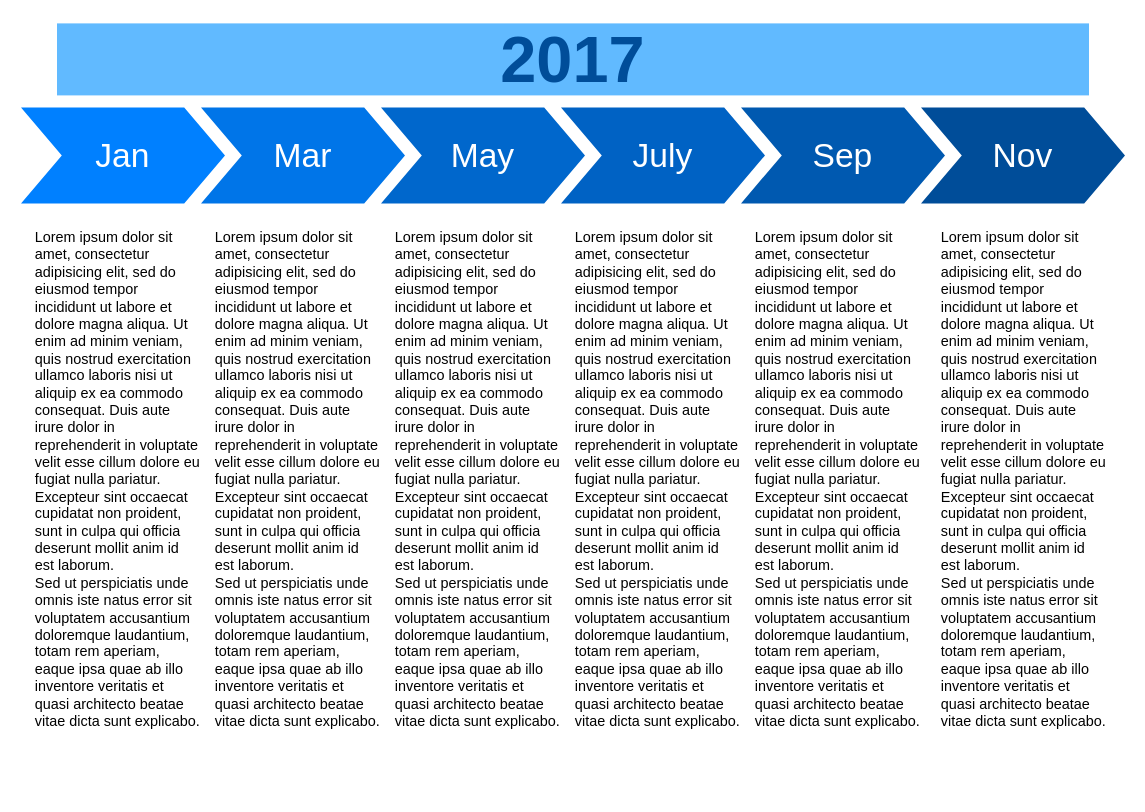
The draw.io diagram Untitled Diagram.drawio in aliihsanunesi/aliihsanunesi, before the edit. Source tidied: cells renumbered, new cells numbered last; positions are measured from the earlier drawing's top-left corner, leaving out a move shared by most shapes. Both pictures are drawn from the tidied source at 120%, with x=0, y=0 at pixel (20, 23).
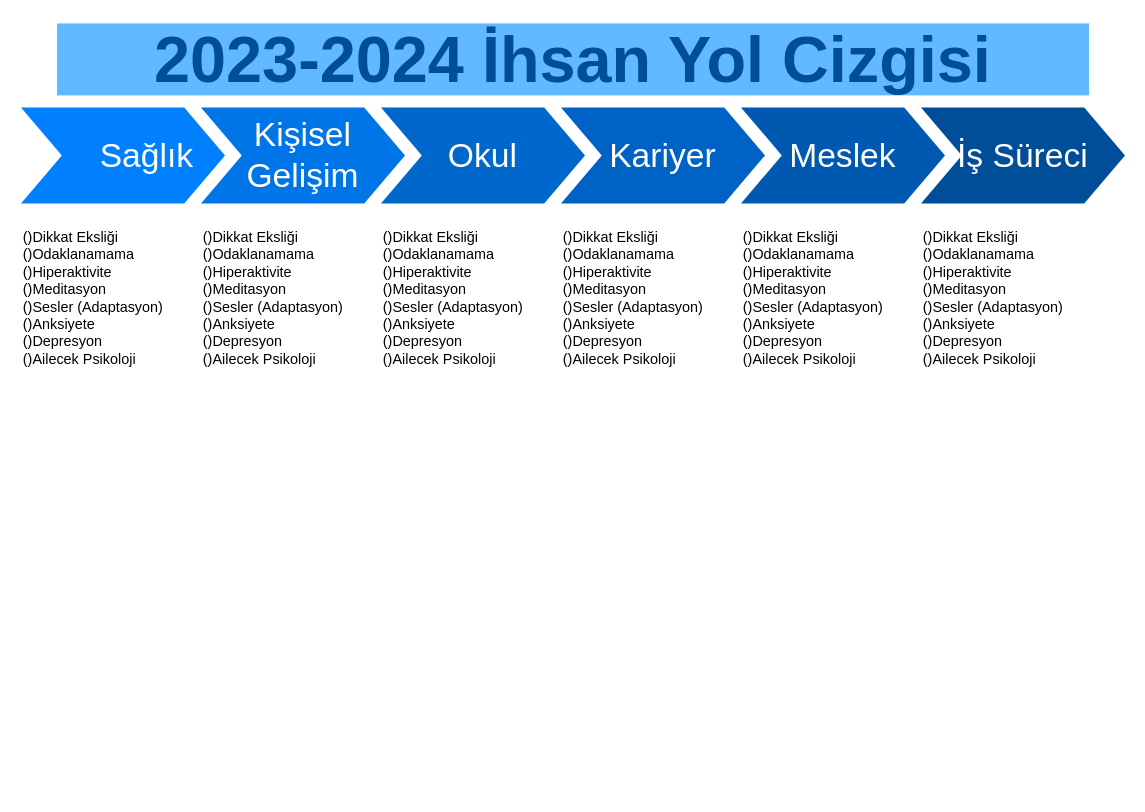
The same diagram, later.

Diff of the diagram source:
```diff
@@
 <mxGraphModel>
   <root>
     <mxCell id="0" />
     <mxCell id="1" parent="0" />
-    <mxCell id="2" value="Jan" style="shape=step;whiteSpace=wrap;html=1;fontSize=28;fillColor=#0080FF;fontColor=#FFFFFF;strokeColor=none;" parent="1" vertex="1">
+    <mxCell id="2" value="&lt;blockquote style=&quot;margin: 0 0 0 40px; border: none; padding: 0px;&quot;&gt;Sağlık&lt;/blockquote&gt;" style="shape=step;whiteSpace=wrap;html=1;fontSize=28;fillColor=#0080FF;fontColor=#FFFFFF;strokeColor=none;" parent="1" vertex="1">
       <mxGeometry y="70" width="170" height="80" as="geometry" />
     </mxCell>
-    <mxCell id="3" value="Mar" style="shape=step;whiteSpace=wrap;html=1;fontSize=28;fillColor=#0075E8;fontColor=#FFFFFF;strokeColor=none;" parent="1" vertex="1">
+    <mxCell id="3" value="Kişisel Gelişim" style="shape=step;whiteSpace=wrap;html=1;fontSize=28;fillColor=#0075E8;fontColor=#FFFFFF;strokeColor=none;" parent="1" vertex="1">
       <mxGeometry x="150" y="70" width="170" height="80" as="geometry" />
     </mxCell>
-    <mxCell id="4" value="May" style="shape=step;whiteSpace=wrap;html=1;fontSize=28;fillColor=#0067CC;fontColor=#FFFFFF;strokeColor=none;" parent="1" vertex="1">
+    <mxCell id="4" value="Okul" style="shape=step;whiteSpace=wrap;html=1;fontSize=28;fillColor=#0067CC;fontColor=#FFFFFF;strokeColor=none;" parent="1" vertex="1">
       <mxGeometry x="300" y="70" width="170" height="80" as="geometry" />
     </mxCell>
-    <mxCell id="5" value="July" style="shape=step;whiteSpace=wrap;html=1;fontSize=28;fillColor=#0062C4;fontColor=#FFFFFF;strokeColor=none;" parent="1" vertex="1">
+    <mxCell id="5" value="Kariyer" style="shape=step;whiteSpace=wrap;html=1;fontSize=28;fillColor=#0062C4;fontColor=#FFFFFF;strokeColor=none;" parent="1" vertex="1">
       <mxGeometry x="450" y="70" width="170" height="80" as="geometry" />
     </mxCell>
-    <mxCell id="6" value="Sep" style="shape=step;whiteSpace=wrap;html=1;fontSize=28;fillColor=#0059B0;fontColor=#FFFFFF;strokeColor=none;" parent="1" vertex="1">
+    <mxCell id="6" value="Meslek" style="shape=step;whiteSpace=wrap;html=1;fontSize=28;fillColor=#0059B0;fontColor=#FFFFFF;strokeColor=none;" parent="1" vertex="1">
       <mxGeometry x="600" y="70" width="170" height="80" as="geometry" />
     </mxCell>
-    <mxCell id="7" value="Nov" style="shape=step;whiteSpace=wrap;html=1;fontSize=28;fillColor=#004D99;fontColor=#FFFFFF;strokeColor=none;" parent="1" vertex="1">
+    <mxCell id="7" value="İş Süreci" style="shape=step;whiteSpace=wrap;html=1;fontSize=28;fillColor=#004D99;fontColor=#FFFFFF;strokeColor=none;" parent="1" vertex="1">
       <mxGeometry x="750" y="70" width="170" height="80" as="geometry" />
     </mxCell>
-    <mxCell id="8" value="2017" style="text;html=1;strokeColor=none;fillColor=#61BAFF;align=center;verticalAlign=middle;whiteSpace=wrap;fontSize=54;fontStyle=1;fontColor=#004D99;" parent="1" vertex="1">
+    <mxCell id="8" value="2023-2024 İhsan Yol Cizgisi" style="text;html=1;strokeColor=none;fillColor=#61BAFF;align=center;verticalAlign=middle;whiteSpace=wrap;fontSize=54;fontStyle=1;fontColor=#004D99;" parent="1" vertex="1">
       <mxGeometry x="30" width="860" height="60" as="geometry" />
     </mxCell>
-    <mxCell id="9" value="Lorem ipsum dolor sit amet, consectetur adipisicing elit, sed do eiusmod tempor incididunt ut labore et dolore magna aliqua. Ut enim ad minim veniam, quis nostrud exercitation ullamco laboris nisi ut aliquip ex ea commodo consequat. Duis aute irure dolor in reprehenderit in voluptate velit esse cillum dolore eu fugiat nulla pariatur. Excepteur sint occaecat cupidatat non proident, sunt in culpa qui officia deserunt mollit anim id est laborum.&lt;br&gt;Sed ut perspiciatis unde omnis iste natus error sit voluptatem accusantium doloremque laudantium, totam rem aperiam, eaque ipsa quae ab illo inventore veritatis et quasi architecto beatae vitae dicta sunt explicabo." style="text;spacingTop=-5;fillColor=#ffffff;whiteSpace=wrap;html=1;align=left;fontSize=12;fontFamily=Helvetica;fillColor=none;strokeColor=none;" parent="1" vertex="1">
-      <mxGeometry x="10" y="170" width="140" height="470" as="geometry" />
+    <mxCell id="9" value="()Dikkat Eksliği&lt;br&gt;()Odaklanamama&lt;br&gt;()Hiperaktivite&lt;br&gt;()Meditasyon&lt;br&gt;()Sesler (Adaptasyon)&lt;br&gt;()Anksiyete&lt;br style=&quot;border-color: var(--border-color);&quot;&gt;()Depresyon&lt;br style=&quot;border-color: var(--border-color);&quot;&gt;()Ailecek Psikoloji" style="text;spacingTop=-5;fillColor=#ffffff;whiteSpace=wrap;html=1;align=left;fontSize=12;fontFamily=Helvetica;fillColor=none;strokeColor=none;" parent="1" vertex="1">
+      <mxGeometry y="170" width="140" height="130" as="geometry" />
     </mxCell>
-    <mxCell id="10" value="Lorem ipsum dolor sit amet, consectetur adipisicing elit, sed do eiusmod tempor incididunt ut labore et dolore magna aliqua. Ut enim ad minim veniam, quis nostrud exercitation ullamco laboris nisi ut aliquip ex ea commodo consequat. Duis aute irure dolor in reprehenderit in voluptate velit esse cillum dolore eu fugiat nulla pariatur. Excepteur sint occaecat cupidatat non proident, sunt in culpa qui officia deserunt mollit anim id est laborum.&lt;br&gt;Sed ut perspiciatis unde omnis iste natus error sit voluptatem accusantium doloremque laudantium, totam rem aperiam, eaque ipsa quae ab illo inventore veritatis et quasi architecto beatae vitae dicta sunt explicabo." style="text;spacingTop=-5;fillColor=#ffffff;whiteSpace=wrap;html=1;align=left;fontSize=12;fontFamily=Helvetica;fillColor=none;strokeColor=none;" parent="1" vertex="1">
-      <mxGeometry x="160" y="170" width="140" height="470" as="geometry" />
-    </mxCell>
-    <mxCell id="11" value="Lorem ipsum dolor sit amet, consectetur adipisicing elit, sed do eiusmod tempor incididunt ut labore et dolore magna aliqua. Ut enim ad minim veniam, quis nostrud exercitation ullamco laboris nisi ut aliquip ex ea commodo consequat. Duis aute irure dolor in reprehenderit in voluptate velit esse cillum dolore eu fugiat nulla pariatur. Excepteur sint occaecat cupidatat non proident, sunt in culpa qui officia deserunt mollit anim id est laborum.&lt;br&gt;Sed ut perspiciatis unde omnis iste natus error sit voluptatem accusantium doloremque laudantium, totam rem aperiam, eaque ipsa quae ab illo inventore veritatis et quasi architecto beatae vitae dicta sunt explicabo." style="text;spacingTop=-5;fillColor=#ffffff;whiteSpace=wrap;html=1;align=left;fontSize=12;fontFamily=Helvetica;fillColor=none;strokeColor=none;" parent="1" vertex="1">
-      <mxGeometry x="310" y="170" width="140" height="470" as="geometry" />
-    </mxCell>
-    <mxCell id="12" value="Lorem ipsum dolor sit amet, consectetur adipisicing elit, sed do eiusmod tempor incididunt ut labore et dolore magna aliqua. Ut enim ad minim veniam, quis nostrud exercitation ullamco laboris nisi ut aliquip ex ea commodo consequat. Duis aute irure dolor in reprehenderit in voluptate velit esse cillum dolore eu fugiat nulla pariatur. Excepteur sint occaecat cupidatat non proident, sunt in culpa qui officia deserunt mollit anim id est laborum.&lt;br&gt;Sed ut perspiciatis unde omnis iste natus error sit voluptatem accusantium doloremque laudantium, totam rem aperiam, eaque ipsa quae ab illo inventore veritatis et quasi architecto beatae vitae dicta sunt explicabo." style="text;spacingTop=-5;fillColor=#ffffff;whiteSpace=wrap;html=1;align=left;fontSize=12;fontFamily=Helvetica;fillColor=none;strokeColor=none;" parent="1" vertex="1">
-      <mxGeometry x="460" y="170" width="140" height="470" as="geometry" />
-    </mxCell>
-    <mxCell id="13" value="Lorem ipsum dolor sit amet, consectetur adipisicing elit, sed do eiusmod tempor incididunt ut labore et dolore magna aliqua. Ut enim ad minim veniam, quis nostrud exercitation ullamco laboris nisi ut aliquip ex ea commodo consequat. Duis aute irure dolor in reprehenderit in voluptate velit esse cillum dolore eu fugiat nulla pariatur. Excepteur sint occaecat cupidatat non proident, sunt in culpa qui officia deserunt mollit anim id est laborum.&lt;br&gt;Sed ut perspiciatis unde omnis iste natus error sit voluptatem accusantium doloremque laudantium, totam rem aperiam, eaque ipsa quae ab illo inventore veritatis et quasi architecto beatae vitae dicta sunt explicabo." style="text;spacingTop=-5;fillColor=#ffffff;whiteSpace=wrap;html=1;align=left;fontSize=12;fontFamily=Helvetica;fillColor=none;strokeColor=none;" parent="1" vertex="1">
-      <mxGeometry x="610" y="170" width="140" height="470" as="geometry" />
-    </mxCell>
-    <mxCell id="14" value="Lorem ipsum dolor sit amet, consectetur adipisicing elit, sed do eiusmod tempor incididunt ut labore et dolore magna aliqua. Ut enim ad minim veniam, quis nostrud exercitation ullamco laboris nisi ut aliquip ex ea commodo consequat. Duis aute irure dolor in reprehenderit in voluptate velit esse cillum dolore eu fugiat nulla pariatur. Excepteur sint occaecat cupidatat non proident, sunt in culpa qui officia deserunt mollit anim id est laborum.&lt;br&gt;Sed ut perspiciatis unde omnis iste natus error sit voluptatem accusantium doloremque laudantium, totam rem aperiam, eaque ipsa quae ab illo inventore veritatis et quasi architecto beatae vitae dicta sunt explicabo." style="text;spacingTop=-5;fillColor=#ffffff;whiteSpace=wrap;html=1;align=left;fontSize=12;fontFamily=Helvetica;fillColor=none;strokeColor=none;" parent="1" vertex="1">
-      <mxGeometry x="765" y="170" width="140" height="470" as="geometry" />
-    </mxCell>
+    <mxCell id="15" value="()Dikkat Eksliği&lt;br&gt;()Odaklanamama&lt;br&gt;()Hiperaktivite&lt;br&gt;()Meditasyon&lt;br&gt;()Sesler (Adaptasyon)&lt;br&gt;()Anksiyete&lt;br style=&quot;border-color: var(--border-color);&quot;&gt;()Depresyon&lt;br style=&quot;border-color: var(--border-color);&quot;&gt;()Ailecek Psikoloji" style="text;spacingTop=-5;fillColor=#ffffff;whiteSpace=wrap;html=1;align=left;fontSize=12;fontFamily=Helvetica;fillColor=none;strokeColor=none;" parent="1" vertex="1">
+      <mxGeometry x="150" y="170" width="140" height="130" as="geometry" />
+    </mxCell>
+    <mxCell id="16" value="()Dikkat Eksliği&lt;br&gt;()Odaklanamama&lt;br&gt;()Hiperaktivite&lt;br&gt;()Meditasyon&lt;br&gt;()Sesler (Adaptasyon)&lt;br&gt;()Anksiyete&lt;br style=&quot;border-color: var(--border-color);&quot;&gt;()Depresyon&lt;br style=&quot;border-color: var(--border-color);&quot;&gt;()Ailecek Psikoloji" style="text;spacingTop=-5;fillColor=#ffffff;whiteSpace=wrap;html=1;align=left;fontSize=12;fontFamily=Helvetica;fillColor=none;strokeColor=none;" parent="1" vertex="1">
+      <mxGeometry x="300" y="170" width="140" height="130" as="geometry" />
+    </mxCell>
+    <mxCell id="17" value="()Dikkat Eksliği&lt;br&gt;()Odaklanamama&lt;br&gt;()Hiperaktivite&lt;br&gt;()Meditasyon&lt;br&gt;()Sesler (Adaptasyon)&lt;br&gt;()Anksiyete&lt;br style=&quot;border-color: var(--border-color);&quot;&gt;()Depresyon&lt;br style=&quot;border-color: var(--border-color);&quot;&gt;()Ailecek Psikoloji" style="text;spacingTop=-5;fillColor=#ffffff;whiteSpace=wrap;html=1;align=left;fontSize=12;fontFamily=Helvetica;fillColor=none;strokeColor=none;" parent="1" vertex="1">
+      <mxGeometry x="750" y="170" width="140" height="130" as="geometry" />
+    </mxCell>
+    <mxCell id="18" value="()Dikkat Eksliği&lt;br&gt;()Odaklanamama&lt;br&gt;()Hiperaktivite&lt;br&gt;()Meditasyon&lt;br&gt;()Sesler (Adaptasyon)&lt;br&gt;()Anksiyete&lt;br style=&quot;border-color: var(--border-color);&quot;&gt;()Depresyon&lt;br style=&quot;border-color: var(--border-color);&quot;&gt;()Ailecek Psikoloji" style="text;spacingTop=-5;fillColor=#ffffff;whiteSpace=wrap;html=1;align=left;fontSize=12;fontFamily=Helvetica;fillColor=none;strokeColor=none;" parent="1" vertex="1">
+      <mxGeometry x="600" y="170" width="140" height="130" as="geometry" />
+    </mxCell>
+    <mxCell id="19" value="()Dikkat Eksliği&lt;br&gt;()Odaklanamama&lt;br&gt;()Hiperaktivite&lt;br&gt;()Meditasyon&lt;br&gt;()Sesler (Adaptasyon)&lt;br&gt;()Anksiyete&lt;br style=&quot;border-color: var(--border-color);&quot;&gt;()Depresyon&lt;br style=&quot;border-color: var(--border-color);&quot;&gt;()Ailecek Psikoloji" style="text;spacingTop=-5;fillColor=#ffffff;whiteSpace=wrap;html=1;align=left;fontSize=12;fontFamily=Helvetica;fillColor=none;strokeColor=none;" parent="1" vertex="1">
+      <mxGeometry x="450" y="170" width="140" height="130" as="geometry" />
+    </mxCell>
   </root>
 </mxGraphModel>
```
